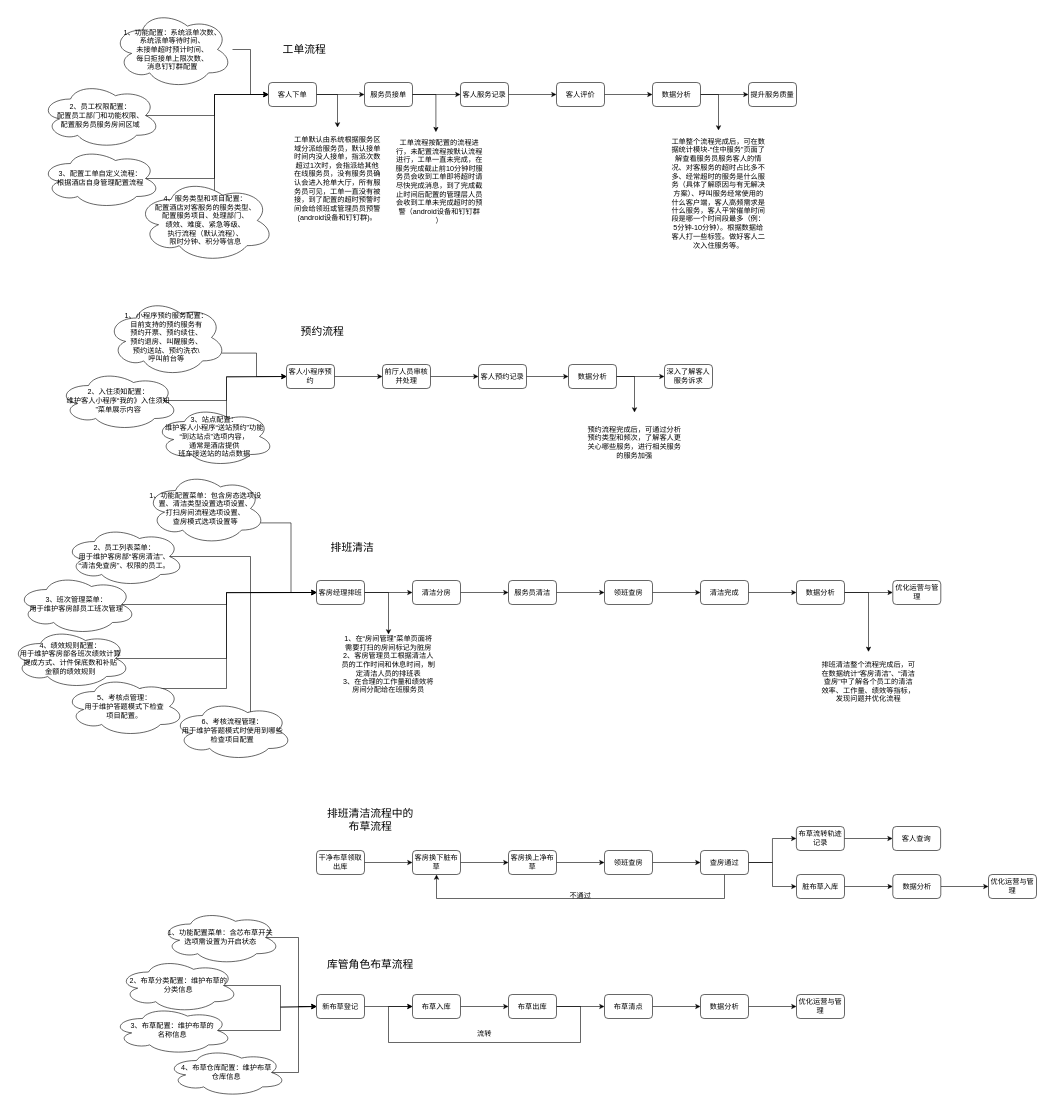
This is xzzh/服务管家培训讲解流程图.drawio from daniel-7d/draw, a draw.io file, before an edit. Source tidied: cells renumbered, new cells numbered last; positions are measured from the earlier drawing's top-left corner, leaving out a move shared by most shapes. Both pictures are drawn from the tidied source at 60%, with x=0, y=0 at pixel (10, 10).
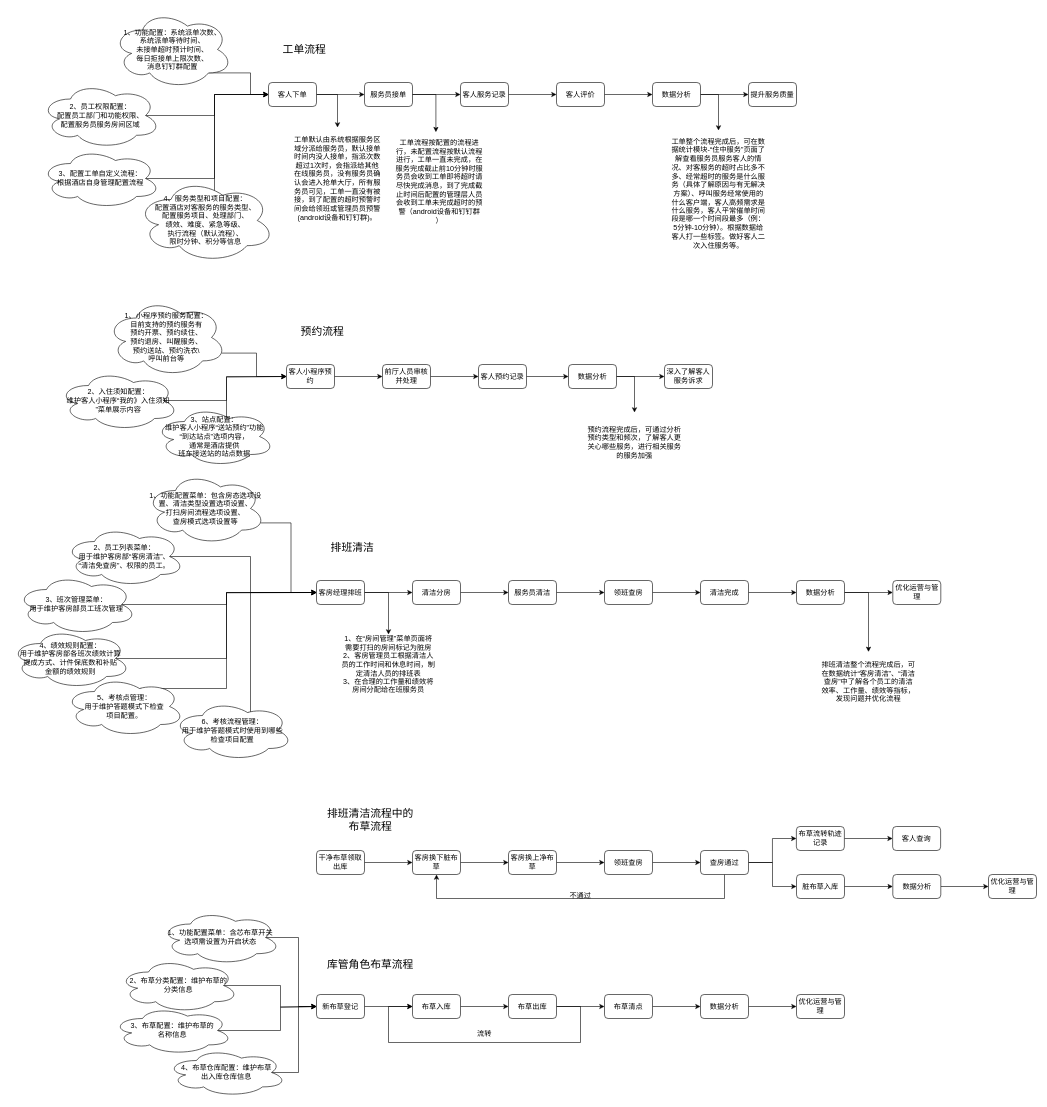
The same diagram, later.

Commit message:
更新服务管家培训讲解流程图.drawio

Unchanged cells that the change refers to:
```xml
<mxCell id="4" value="客人下单" style="rounded=1;whiteSpace=wrap;html=1;" parent="1" vertex="1">
  <mxGeometry x="430" y="120" width="80" height="40" as="geometry" />
</mxCell>
<mxCell id="17" value="1、功能配置：系统派单次数、&lt;br&gt;系统派单等待时间、&lt;br&gt;未接单超时预计时间、&lt;br&gt;每日拒接单上限次数、&lt;br&gt;消息钉钉群配置" style="ellipse;shape=cloud;whiteSpace=wrap;html=1;" parent="1" vertex="1">
  <mxGeometry x="170" width="200" height="130" as="geometry" />
</mxCell>
```

The edit, as a diff of the source:
```diff
@@
-    <mxCell id="16" style="edgeStyle=orthogonalEdgeStyle;rounded=0;jettySize=auto;html=1;entryX=0;entryY=0.5;entryDx=0;entryDy=0;" parent="1" edge="1" source="17" target="4">
+    <mxCell id="16" style="edgeStyle=orthogonalEdgeStyle;rounded=0;jettySize=auto;html=1;exitX=0.8;exitY=0.8;exitDx=0;exitDy=0;exitPerimeter=0;" parent="1" edge="1" source="17" target="4">
       <mxGeometry relative="1" as="geometry" />
     </mxCell>
@@
-    <mxCell id="118" value="4、布草仓库配置：维护布草&lt;br&gt;仓库信息" style="ellipse;shape=cloud;whiteSpace=wrap;html=1;" parent="1" vertex="1">
+    <mxCell id="118" value="4、布草仓库配置：维护布草&lt;br&gt;出入库仓库信息" style="ellipse;shape=cloud;whiteSpace=wrap;html=1;" parent="1" vertex="1">
       <mxGeometry x="260" y="1730" width="200" height="80" as="geometry" />
     </mxCell>
```
